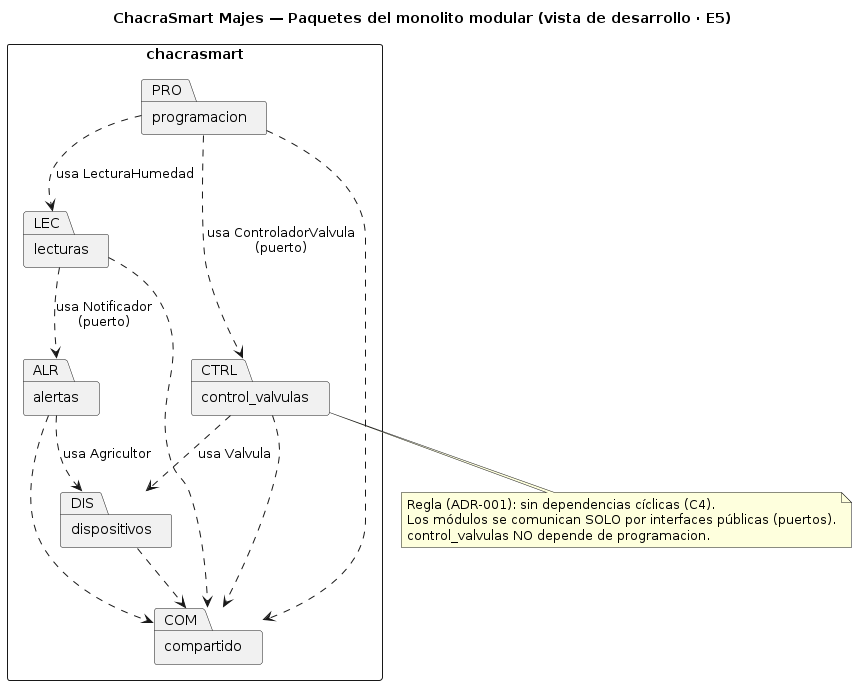
This is docs/design/img/paquetes.png from PauloQuen/cs-2026b-lab04--grupo04, a PlantUML export, as it was before one commit.
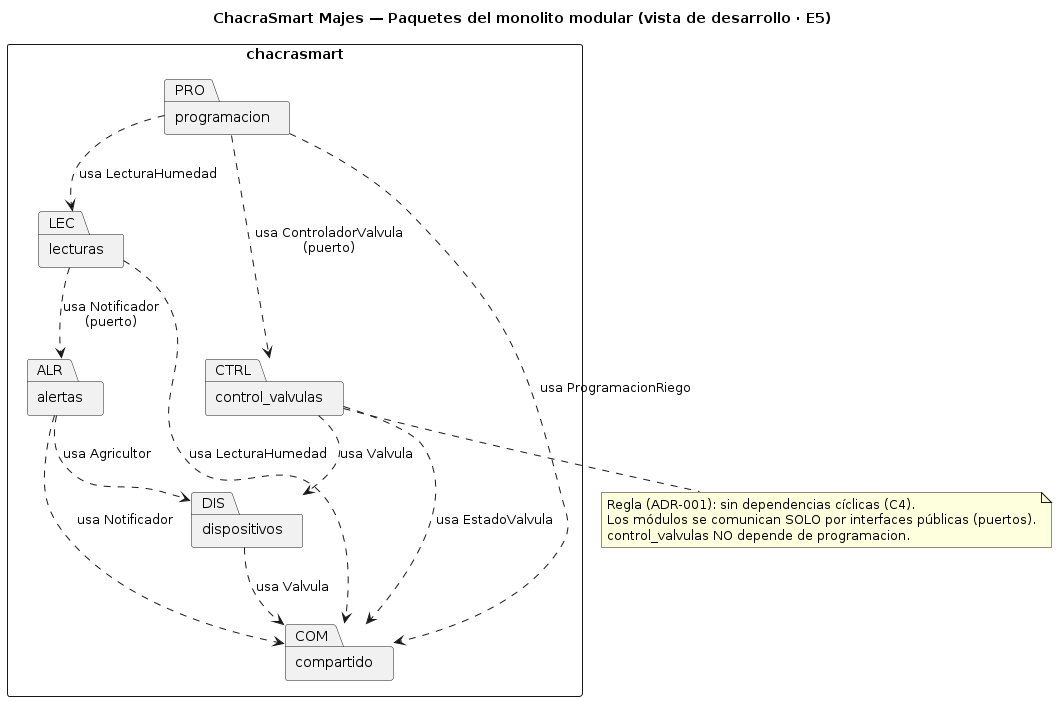
Later version of the same file.

The edit, as a diff of the source:
```diff
@@ -19,11 +19,11 @@
 CTRL ..> DIS : usa Valvula
 ALR ..> DIS : usa Agricultor
 
-LEC ..> COM
-PRO ..> COM
-CTRL ..> COM
-ALR ..> COM
-DIS ..> COM
+LEC ..> COM : usa LecturaHumedad
+PRO ..> COM : usa ProgramacionRiego
+CTRL ..> COM : usa EstadoValvula
+ALR ..> COM : usa Notificador
+DIS ..> COM : usa Valvula
 
 note bottom of CTRL
   Regla (ADR-001): sin dependencias cíclicas (C4).
```
